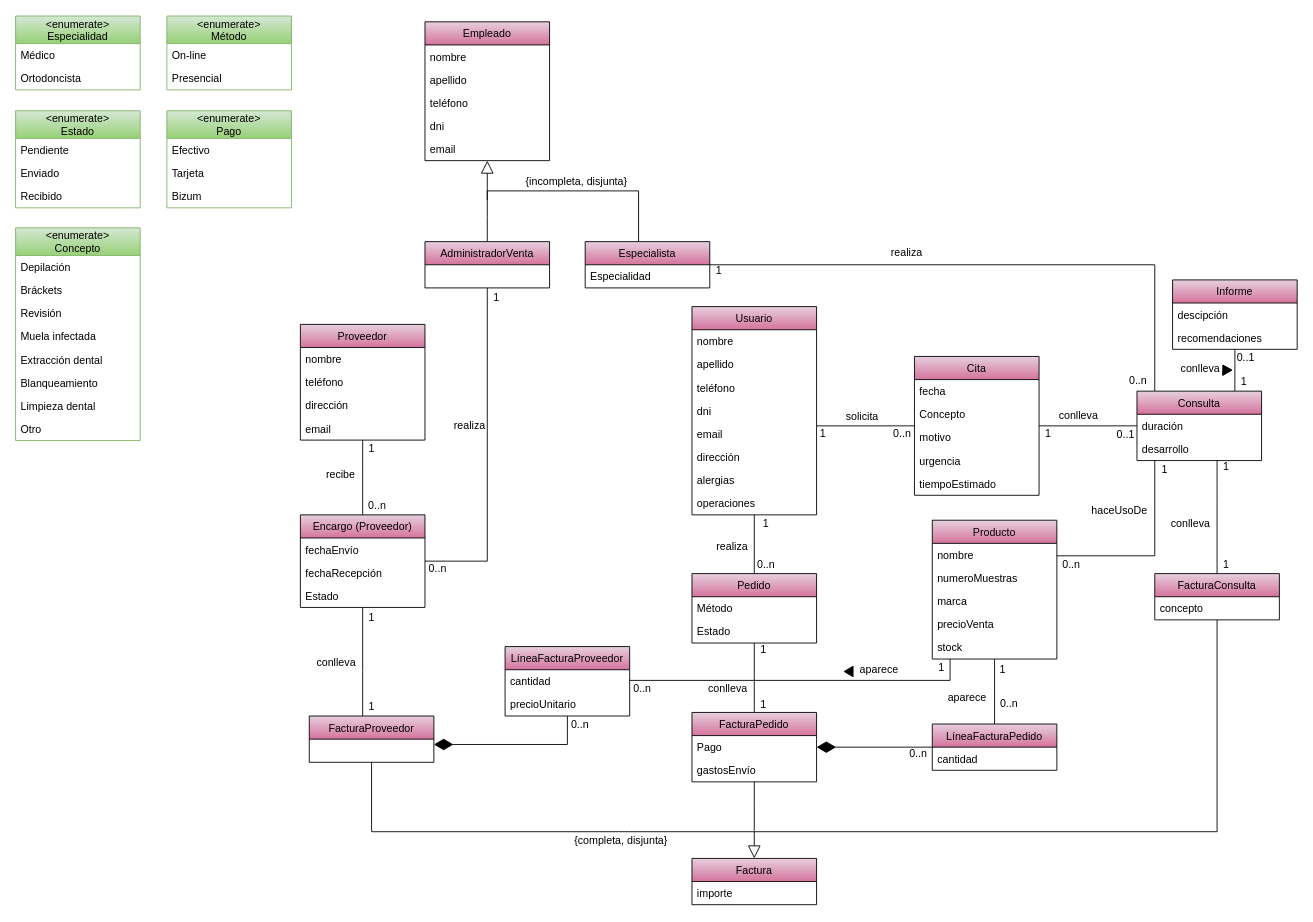
Earlier version of the draw.io diagram page "General" (1 of 4) of Recursos/Diagrama UML IR.drawio (Jesusjbs/clinicaDental-ir). Source tidied: cells renumbered, new cells numbered last; positions are measured from the earlier drawing's top-left corner, leaving out a move shared by most shapes. Both pictures are drawn from the tidied source at 89%, with x=0, y=0 at pixel (15, 16).
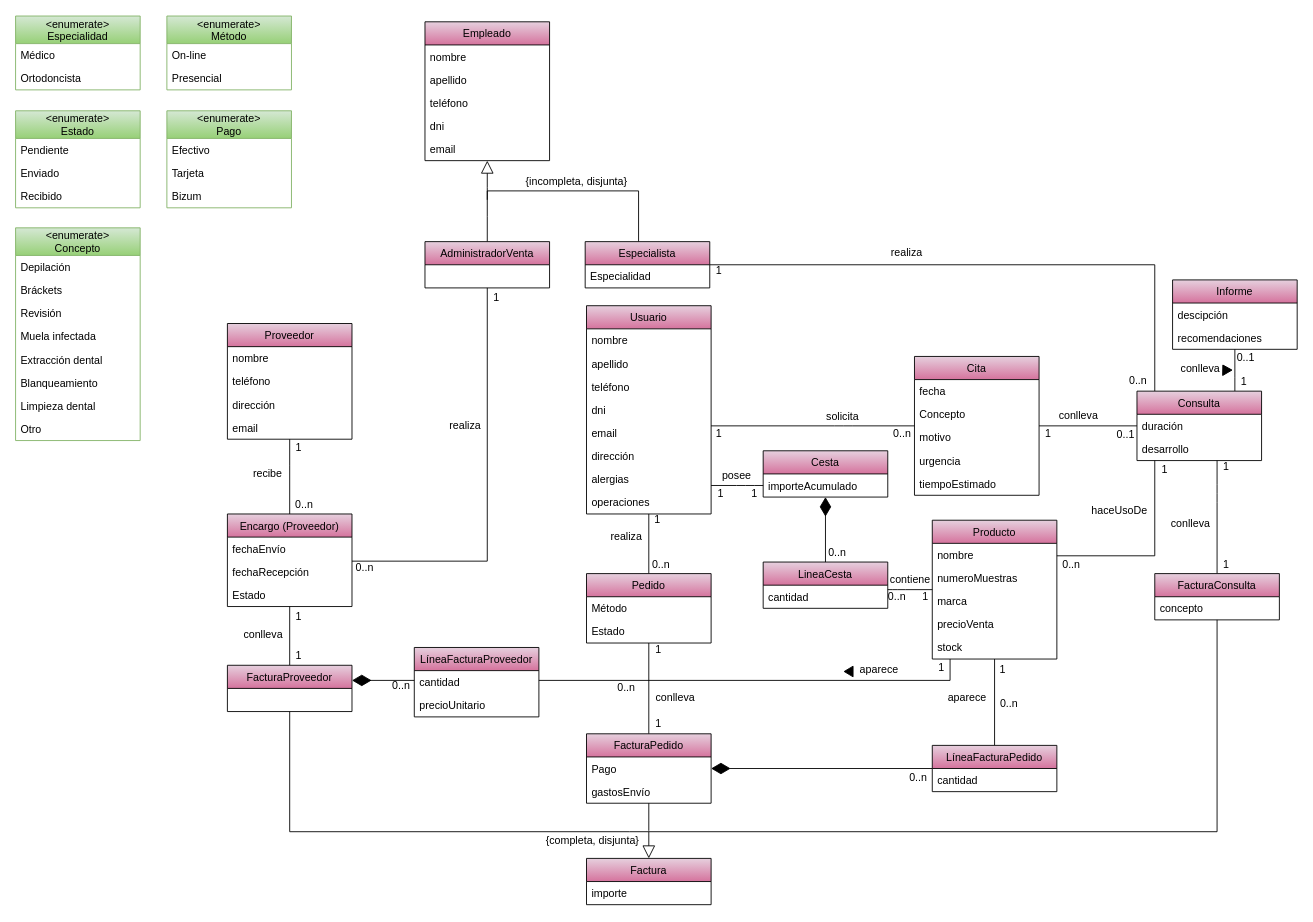
After the change.

Unchanged cells that the change refers to:
```xml
<mxCell id="36" value="Producto" style="swimlane;fontStyle=0;horizontal=1;startSize=26;fillColor=#E6D0DE;gradientColor=#D5739D;" parent="1" vertex="1">
  <mxGeometry x="1030" y="566" width="140" height="156" as="geometry" />
</mxCell>
```

What changed in the source:
```diff
@@
     <mxCell id="9" style="endArrow=block;endFill=0;endSize=12;html=1;entryX=0.5;entryY=0;entryDx=0;entryDy=0;" parent="1" edge="1" target="86">
       <mxGeometry relative="1" as="geometry">
-        <mxPoint x="830" y="916" as="sourcePoint" />
+        <mxPoint x="711.5" y="916" as="sourcePoint" />
       </mxGeometry>
     </mxCell>
@@
     <mxCell id="11" style="edgeStyle=orthogonalEdgeStyle;rounded=0;jettySize=auto;html=1;endArrow=none;endFill=0;" parent="1" edge="1" source="70" target="88">
       <mxGeometry relative="1" as="geometry">
         <Array as="points">
-          <mxPoint x="390" y="506" />
-          <mxPoint x="390" y="506" />
+          <mxPoint x="308" y="505" />
+          <mxPoint x="308" y="505" />
         </Array>
       </mxGeometry>
     </mxCell>
     <mxCell id="12" style="edgeStyle=orthogonalEdgeStyle;rounded=0;jettySize=auto;html=1;endArrow=none;endFill=0;startArrow=diamondThin;startFill=1;sourcePerimeterSpacing=0;targetPerimeterSpacing=0;startSize=19;" parent="1" edge="1" source="56" target="93">
       <mxGeometry relative="1" as="geometry">
         <Array as="points">
-          <mxPoint x="620" y="818" />
+          <mxPoint x="388" y="746" />
+          <mxPoint x="388" y="746" />
         </Array>
       </mxGeometry>
     </mxCell>
     <mxCell id="13" style="edgeStyle=orthogonalEdgeStyle;rounded=0;jettySize=auto;html=1;endArrow=none;endFill=0;" parent="1" edge="1" source="88" target="56">
       <mxGeometry relative="1" as="geometry">
         <Array as="points">
-          <mxPoint x="390" y="736" />
-          <mxPoint x="390" y="736" />
+          <mxPoint x="308" y="735" />
+          <mxPoint x="308" y="735" />
         </Array>
       </mxGeometry>
     </mxCell>
@@
     <mxCell id="32" value="Pedido" style="swimlane;fontStyle=0;horizontal=1;startSize=26;fillColor=#E6D0DE;gradientColor=#D5739D;" parent="1" vertex="1">
-      <mxGeometry x="760" y="626" width="140" height="78" as="geometry" />
+      <mxGeometry x="641.5" y="626" width="140" height="78" as="geometry" />
     </mxCell>
@@
     <mxCell id="42" style="edgeStyle=orthogonalEdgeStyle;rounded=0;jettySize=auto;html=1;endArrow=none;endFill=0;" parent="1" edge="1" source="57">
       <mxGeometry relative="1" as="geometry">
-        <mxPoint x="830" y="915" as="targetPoint" />
+        <mxPoint x="711.5" y="915" as="targetPoint" />
       </mxGeometry>
     </mxCell>
@@
     <mxCell id="55" style="edgeStyle=orthogonalEdgeStyle;rounded=0;jettySize=auto;html=1;startArrow=none;startFill=0;startSize=19;sourcePerimeterSpacing=0;endArrow=none;endFill=0;endSize=19;targetPerimeterSpacing=0;" parent="1" edge="1" source="56">
       <mxGeometry relative="1" as="geometry">
         <mxPoint x="690" y="916" as="targetPoint" />
         <Array as="points">
-          <mxPoint x="400" y="916" />
+          <mxPoint x="308" y="916" />
         </Array>
       </mxGeometry>
     </mxCell>
     <mxCell id="56" value="FacturaProveedor" style="swimlane;fontStyle=0;horizontal=1;startSize=26;fillColor=#E6D0DE;gradientColor=#D5739D;" parent="1" vertex="1">
-      <mxGeometry x="330" y="786" width="140" height="52" as="geometry" />
+      <mxGeometry x="238" y="729" width="140" height="52" as="geometry" />
     </mxCell>
     <mxCell id="57" value="FacturaPedido" style="swimlane;fontStyle=0;horizontal=1;startSize=26;fillColor=#E6D0DE;gradientColor=#D5739D;" parent="1" vertex="1">
-      <mxGeometry x="760" y="782" width="140" height="78" as="geometry" />
+      <mxGeometry x="641.5" y="806" width="140" height="78" as="geometry" />
     </mxCell>
@@
     <mxCell id="61" value="Usuario" style="swimlane;fontStyle=0;horizontal=1;startSize=26;fillColor=#E6D0DE;gradientColor=#D5739D;" parent="1" vertex="1">
-      <mxGeometry x="760" y="326" width="140" height="234" as="geometry" />
+      <mxGeometry x="641.5" y="325" width="140" height="234" as="geometry" />
     </mxCell>
@@
     <mxCell id="70" value="Proveedor" style="swimlane;fontStyle=0;horizontal=1;startSize=26;fillColor=#E6D0DE;gradientColor=#D5739D;" parent="1" vertex="1">
-      <mxGeometry x="320" y="346" width="140" height="130" as="geometry" />
+      <mxGeometry x="238" y="345" width="140" height="130" as="geometry" />
     </mxCell>
@@
     <mxCell id="86" value="Factura" style="swimlane;fontStyle=0;horizontal=1;startSize=26;fillColor=#E6D0DE;gradientColor=#D5739D;" parent="1" vertex="1">
-      <mxGeometry x="760" y="946" width="140" height="52" as="geometry" />
+      <mxGeometry x="641.5" y="946" width="140" height="52" as="geometry" />
     </mxCell>
@@
     <mxCell id="88" value="Encargo (Proveedor)" style="swimlane;fontStyle=0;horizontal=1;startSize=26;fillColor=#E6D0DE;gradientColor=#D5739D;" parent="1" vertex="1">
-      <mxGeometry x="320" y="560" width="140" height="104" as="geometry" />
+      <mxGeometry x="238" y="559" width="140" height="104" as="geometry" />
     </mxCell>
@@
     <mxCell id="93" value="LíneaFacturaProveedor" style="swimlane;fontStyle=0;horizontal=1;startSize=26;fillColor=#E6D0DE;gradientColor=#D5739D;" parent="1" vertex="1">
-      <mxGeometry x="550" y="708" width="140" height="78" as="geometry" />
+      <mxGeometry x="448" y="709" width="140" height="78" as="geometry" />
     </mxCell>
@@
     <mxCell id="96" value="1" style="text;html=1;align=center;verticalAlign=middle;" parent="1" vertex="1">
-      <mxGeometry x="390" y="476" width="20" height="20" as="geometry" />
+      <mxGeometry x="308" y="475" width="20" height="20" as="geometry" />
     </mxCell>
     <mxCell id="97" value="0..n" style="text;html=1;align=center;verticalAlign=middle;" parent="1" vertex="1">
-      <mxGeometry x="386" y="540" width="40" height="20" as="geometry" />
+      <mxGeometry x="304" y="539" width="40" height="20" as="geometry" />
     </mxCell>
     <mxCell id="98" value="recibe" style="text;html=1;align=center;verticalAlign=middle;" parent="1" vertex="1">
-      <mxGeometry x="340" y="505" width="50" height="20" as="geometry" />
+      <mxGeometry x="258" y="504" width="50" height="20" as="geometry" />
     </mxCell>
     <mxCell id="99" value="realiza" style="text;html=1;align=center;verticalAlign=middle;" parent="1" vertex="1">
-      <mxGeometry x="485" y="450" width="50" height="20" as="geometry" />
+      <mxGeometry x="480" y="450" width="50" height="20" as="geometry" />
     </mxCell>
@@
     <mxCell id="101" value="0..n" style="text;html=1;align=center;verticalAlign=middle;" parent="1" vertex="1">
-      <mxGeometry x="454" y="611" width="40" height="20" as="geometry" />
+      <mxGeometry x="372" y="610" width="40" height="20" as="geometry" />
     </mxCell>
     <mxCell id="102" value="1" style="text;html=1;align=center;verticalAlign=middle;" parent="1" vertex="1">
-      <mxGeometry x="390" y="666" width="20" height="20" as="geometry" />
+      <mxGeometry x="308" y="665" width="20" height="20" as="geometry" />
     </mxCell>
     <mxCell id="103" value="1" style="text;html=1;align=center;verticalAlign=middle;" parent="1" vertex="1">
-      <mxGeometry x="390" y="766" width="20" height="20" as="geometry" />
+      <mxGeometry x="308" y="709" width="20" height="20" as="geometry" />
     </mxCell>
     <mxCell id="104" value="conlleva" style="text;html=1;align=center;verticalAlign=middle;" parent="1" vertex="1">
-      <mxGeometry x="330" y="716" width="60" height="20" as="geometry" />
+      <mxGeometry x="248" y="685" width="60" height="20" as="geometry" />
     </mxCell>
     <mxCell id="105" value="0..n" style="text;html=1;align=center;verticalAlign=middle;" parent="1" vertex="1">
-      <mxGeometry x="614" y="786" width="40" height="20" as="geometry" />
+      <mxGeometry x="413" y="742" width="40" height="20" as="geometry" />
     </mxCell>
     <mxCell id="106" value="{completa, disjunta}" style="text;html=1;align=center;verticalAlign=middle;" parent="1" vertex="1">
-      <mxGeometry x="620" y="916" width="120" height="20" as="geometry" />
+      <mxGeometry x="588" y="916" width="120" height="20" as="geometry" />
     </mxCell>
     <mxCell id="107" value="0..n" style="text;html=1;align=center;verticalAlign=middle;" parent="1" vertex="1">
-      <mxGeometry x="994" y="818" width="40" height="20" as="geometry" />
+      <mxGeometry x="994" y="846" width="40" height="20" as="geometry" />
     </mxCell>
@@
     <mxCell id="111" value="1" style="text;html=1;align=center;verticalAlign=middle;" parent="1" vertex="1">
-      <mxGeometry x="896.5" y="459" width="20" height="20" as="geometry" />
+      <mxGeometry x="780" y="459" width="20" height="20" as="geometry" />
     </mxCell>
@@
     <mxCell id="113" value="solicita" style="text;html=1;align=center;verticalAlign=middle;" parent="1" vertex="1">
-      <mxGeometry x="926" y="440" width="50" height="20" as="geometry" />
+      <mxGeometry x="904" y="440" width="50" height="20" as="geometry" />
     </mxCell>
     <mxCell id="114" value="1" style="text;html=1;align=center;verticalAlign=middle;" parent="1" vertex="1">
-      <mxGeometry x="833" y="560" width="20" height="20" as="geometry" />
+      <mxGeometry x="710.5" y="556" width="20" height="20" as="geometry" />
     </mxCell>
     <mxCell id="115" value="realiza" style="text;html=1;align=center;verticalAlign=middle;" parent="1" vertex="1">
-      <mxGeometry x="780" y="586" width="50" height="20" as="geometry" />
+      <mxGeometry x="660.5" y="575" width="50" height="20" as="geometry" />
     </mxCell>
     <mxCell id="116" value="0..n" style="text;html=1;align=center;verticalAlign=middle;" parent="1" vertex="1">
-      <mxGeometry x="823" y="606" width="40" height="20" as="geometry" />
+      <mxGeometry x="704.5" y="606" width="40" height="20" as="geometry" />
     </mxCell>
     <mxCell id="117" value="0..n" style="text;html=1;align=center;verticalAlign=middle;" parent="1" vertex="1">
-      <mxGeometry x="684" y="746" width="40" height="20" as="geometry" />
+      <mxGeometry x="665.5" y="744" width="40" height="20" as="geometry" />
     </mxCell>
@@
     <mxCell id="121" value="1" style="text;html=1;align=center;verticalAlign=middle;" parent="1" vertex="1">
-      <mxGeometry x="830" y="702" width="20" height="20" as="geometry" />
+      <mxGeometry x="711.5" y="702" width="20" height="20" as="geometry" />
     </mxCell>
     <mxCell id="122" value="1" style="text;html=1;align=center;verticalAlign=middle;" parent="1" vertex="1">
-      <mxGeometry x="830" y="764" width="20" height="20" as="geometry" />
+      <mxGeometry x="711.5" y="785" width="20" height="20" as="geometry" />
     </mxCell>
     <mxCell id="123" value="conlleva" style="text;html=1;align=center;verticalAlign=middle;" parent="1" vertex="1">
-      <mxGeometry x="770" y="746" width="60" height="20" as="geometry" />
+      <mxGeometry x="710.5" y="756" width="60" height="20" as="geometry" />
     </mxCell>
@@
     <mxCell id="151" value="LíneaFacturaPedido" style="swimlane;fontStyle=0;horizontal=1;startSize=26;fillColor=#E6D0DE;gradientColor=#D5739D;" parent="1" vertex="1">
-      <mxGeometry x="1030" y="795" width="140" height="52" as="geometry" />
+      <mxGeometry x="1030" y="819" width="140" height="52" as="geometry" />
     </mxCell>
@@
+    <mxCell id="153" value="Cesta" style="swimlane;fontStyle=0;horizontal=1;startSize=26;fillColor=#E6D0DE;gradientColor=#D5739D;" parent="1" vertex="1">
+      <mxGeometry x="840" y="488" width="140" height="52" as="geometry" />
+    </mxCell>
+    <mxCell id="154" value="importeAcumulado" style="text;strokeColor=none;fillColor=none;align=left;verticalAlign=top;spacingLeft=4;spacingRight=4;overflow=hidden;" parent="153" vertex="1">
+      <mxGeometry y="26" width="140" height="26" as="geometry" />
+    </mxCell>
+    <mxCell id="155" value="LineaCesta" style="swimlane;fontStyle=0;horizontal=1;startSize=26;fillColor=#E6D0DE;gradientColor=#D5739D;" parent="1" vertex="1">
+      <mxGeometry x="840" y="613" width="140" height="52" as="geometry" />
+    </mxCell>
+    <mxCell id="156" value="cantidad" style="text;strokeColor=none;fillColor=none;align=left;verticalAlign=top;spacingLeft=4;spacingRight=4;overflow=hidden;" parent="155" vertex="1">
+      <mxGeometry y="26" width="140" height="26" as="geometry" />
+    </mxCell>
+    <mxCell id="157" style="endArrow=none;html=1;edgeStyle=orthogonalEdgeStyle;entryX=0;entryY=0.5;entryDx=0;entryDy=0;" parent="1" edge="1" source="61">
+      <mxGeometry relative="1" as="geometry">
+        <mxPoint x="840" y="527" as="targetPoint" />
+        <Array as="points">
+          <mxPoint x="820" y="527" />
+          <mxPoint x="820" y="527" />
+        </Array>
+      </mxGeometry>
+    </mxCell>
+    <mxCell id="158" style="endArrow=none;html=1;edgeStyle=orthogonalEdgeStyle;" parent="1" edge="1" source="155" target="36">
+      <mxGeometry relative="1" as="geometry">
+        <Array as="points">
+          <mxPoint x="990" y="644" />
+          <mxPoint x="990" y="644" />
+        </Array>
+      </mxGeometry>
+    </mxCell>
+    <mxCell id="159" value="1" style="text;html=1;align=center;verticalAlign=middle;" parent="1" vertex="1">
+      <mxGeometry x="781.5" y="526" width="20" height="20" as="geometry" />
+    </mxCell>
+    <mxCell id="160" value="1" style="text;html=1;align=center;verticalAlign=middle;" parent="1" vertex="1">
+      <mxGeometry x="820" y="526" width="20" height="20" as="geometry" />
+    </mxCell>
+    <mxCell id="161" value="posee" style="text;html=1;align=center;verticalAlign=middle;" parent="1" vertex="1">
+      <mxGeometry x="785" y="506" width="50" height="20" as="geometry" />
+    </mxCell>
+    <mxCell id="162" value="0..n" style="text;html=1;align=center;verticalAlign=middle;" parent="1" vertex="1">
+      <mxGeometry x="903" y="593" width="40" height="20" as="geometry" />
+    </mxCell>
+    <mxCell id="163" value="contiene" style="text;html=1;align=center;verticalAlign=middle;" parent="1" vertex="1">
+      <mxGeometry x="975" y="623" width="60" height="20" as="geometry" />
+    </mxCell>
+    <mxCell id="164" style="edgeStyle=orthogonalEdgeStyle;rounded=0;jettySize=auto;html=1;endArrow=none;endFill=0;startArrow=diamondThin;startFill=1;sourcePerimeterSpacing=0;targetPerimeterSpacing=0;startSize=19;" parent="1" edge="1" source="153" target="155">
+      <mxGeometry relative="1" as="geometry">
+        <Array as="points">
+          <mxPoint x="910" y="556" />
+          <mxPoint x="910" y="556" />
+        </Array>
+      </mxGeometry>
+    </mxCell>
+    <mxCell id="165" value="1" style="text;html=1;align=center;verticalAlign=middle;" parent="1" vertex="1">
+      <mxGeometry x="1012" y="642" width="20" height="20" as="geometry" />
+    </mxCell>
+    <mxCell id="166" value="0..n" style="text;html=1;align=center;verticalAlign=middle;" parent="1" vertex="1">
+      <mxGeometry x="970" y="642" width="40" height="20" as="geometry" />
+    </mxCell>
```
